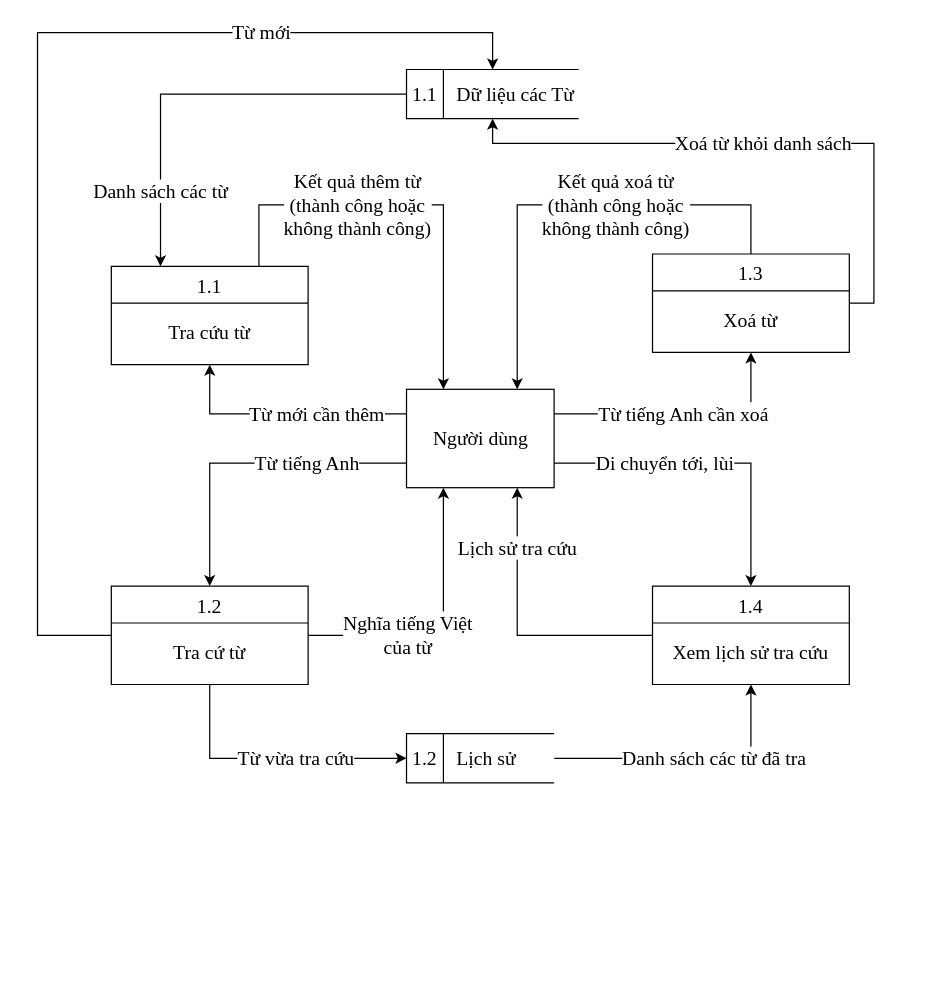
Above: page "level 1" (3 of 3) of docs/diagram/dfd.drawio in daomtthuan/dictionary (draw.io), before the change. Source tidied: cells renumbered, new cells numbered last; positions are measured from the earlier drawing's top-left corner, leaving out a move shared by most shapes. Both pictures are drawn from the tidied source at 123%, with x=0, y=0 at pixel (37, 32).
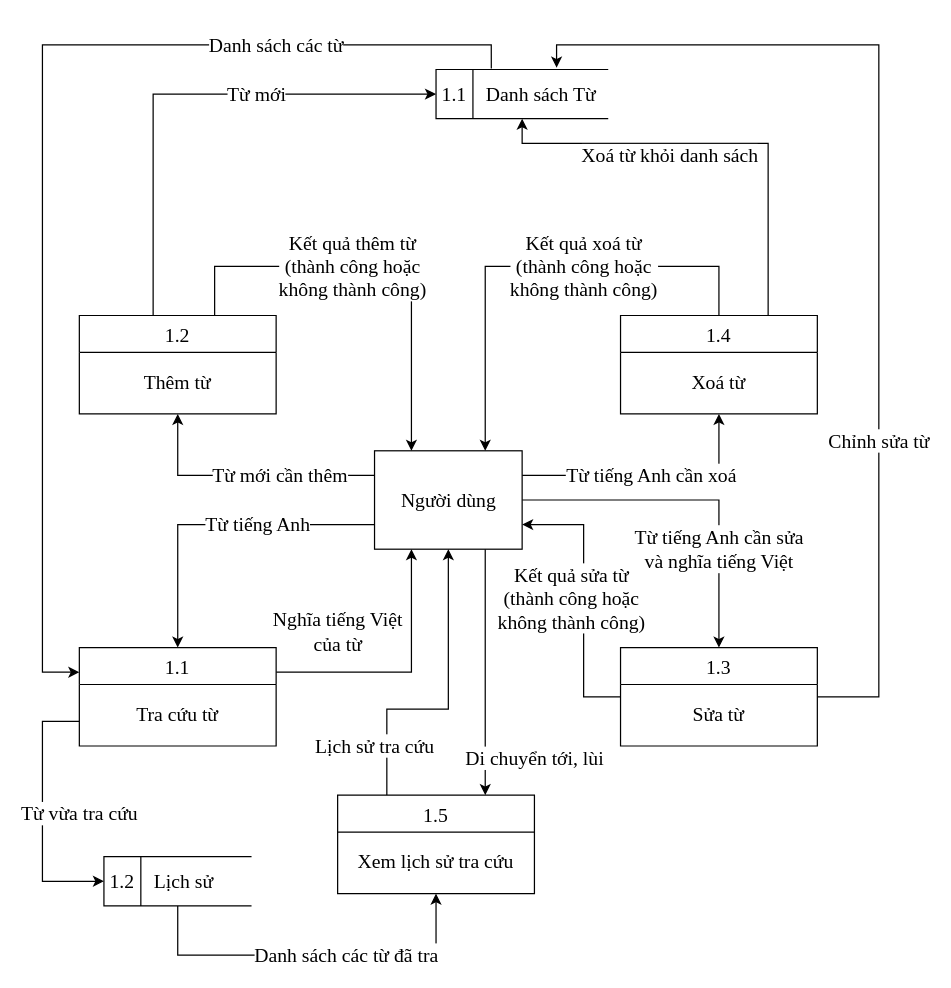
After the change.

Change to the diagram source:
```diff
@@
+    <mxCell id="4" value="Từ tiếng Anh" style="edgeStyle=orthogonalEdgeStyle;rounded=0;jettySize=auto;html=1;entryX=0.5;entryY=0;entryDx=0;entryDy=0;fontFamily=Times New Roman;fontSize=16;exitX=0;exitY=0.75;exitDx=0;exitDy=0;" parent="1" edge="1" source="6" target="21">
+      <mxGeometry x="-0.27" relative="1" as="geometry" />
+    </mxCell>
+    <mxCell id="3" value="Từ tiếng Anh cần xoá" style="edgeStyle=orthogonalEdgeStyle;rounded=0;jettySize=auto;html=1;entryX=0.5;entryY=1;entryDx=0;entryDy=0;fontFamily=Times New Roman;fontSize=16;exitX=1;exitY=0.25;exitDx=0;exitDy=0;" parent="1" edge="1" source="6" target="26">
+      <mxGeometry relative="1" as="geometry" />
+    </mxCell>
-    <mxCell id="2" value="Từ mới cần thêm" style="edgeStyle=orthogonalEdgeStyle;rounded=0;jettySize=auto;html=1;entryX=0.5;entryY=1;entryDx=0;entryDy=0;fontFamily=Times New Roman;fontSize=16;exitX=0;exitY=0.25;exitDx=0;exitDy=0;" parent="1" edge="1" source="6" target="21">
+    <mxCell id="2" value="Từ mới cần thêm" style="edgeStyle=orthogonalEdgeStyle;rounded=0;jettySize=auto;html=1;fontFamily=Times New Roman;fontSize=16;exitX=0;exitY=0.25;exitDx=0;exitDy=0;entryX=0.5;entryY=1;entryDx=0;entryDy=0;" parent="1" edge="1" source="6" target="29">
       <mxGeometry x="-0.27" relative="1" as="geometry" />
     </mxCell>
-    <mxCell id="3" value="Từ tiếng Anh cần xoá" style="edgeStyle=orthogonalEdgeStyle;rounded=0;jettySize=auto;html=1;entryX=0.5;entryY=1;entryDx=0;entryDy=0;fontFamily=Times New Roman;fontSize=16;exitX=1;exitY=0.25;exitDx=0;exitDy=0;" parent="1" edge="1" source="6" target="20">
-      <mxGeometry relative="1" as="geometry" />
-    </mxCell>
-    <mxCell id="4" value="Từ tiếng Anh" style="edgeStyle=orthogonalEdgeStyle;rounded=0;jettySize=auto;html=1;fontFamily=Times New Roman;fontSize=16;exitX=0;exitY=0.75;exitDx=0;exitDy=0;" parent="1" edge="1" source="6" target="18">
-      <mxGeometry x="-0.38" relative="1" as="geometry" />
-    </mxCell>
-    <mxCell id="5" value="Di chuyển tới, lùi" style="edgeStyle=orthogonalEdgeStyle;rounded=0;jettySize=auto;html=1;exitX=1;exitY=0.75;exitDx=0;exitDy=0;fontFamily=Times New Roman;fontSize=16;" parent="1" edge="1" source="6" target="19">
-      <mxGeometry x="-0.31" relative="1" as="geometry" />
+    <mxCell id="5" value="Di chuyển tới, lùi" style="edgeStyle=orthogonalEdgeStyle;rounded=0;jettySize=auto;html=1;exitX=0.75;exitY=1;exitDx=0;exitDy=0;fontFamily=Times New Roman;fontSize=16;entryX=0.75;entryY=0;entryDx=0;entryDy=0;" parent="1" edge="1" source="6" target="28">
+      <mxGeometry x="0.7" y="40" relative="1" as="geometry" />
     </mxCell>
+    <mxCell id="22" value="&lt;span style=&quot;font-family: &amp;#34;times new roman&amp;#34; ; font-size: 16px&quot;&gt;Từ tiếng Anh cần sửa&lt;/span&gt;&lt;br style=&quot;font-family: &amp;#34;times new roman&amp;#34; ; font-size: 16px&quot;&gt;&lt;span style=&quot;font-family: &amp;#34;times new roman&amp;#34; ; font-size: 16px&quot;&gt;và nghĩa tiếng Việt&lt;/span&gt;" style="edgeStyle=orthogonalEdgeStyle;rounded=0;jettySize=auto;html=1;entryX=0.5;entryY=0;entryDx=0;entryDy=0;" parent="1" edge="1" source="6" target="27">
+      <mxGeometry x="0.14" y="-40" relative="1" as="geometry">
+        <mxPoint x="40" y="40" as="offset" />
+      </mxGeometry>
+    </mxCell>
     <mxCell id="6" value="Người dùng" style="html=1;dashed=0;whitespace=wrap;fontFamily=Times New Roman;fontSize=16;" parent="1" vertex="1">
-      <mxGeometry x="300" y="290" width="120" height="80" as="geometry" />
+      <mxGeometry x="274" y="340" width="120" height="80" as="geometry" />
     </mxCell>
+    <mxCell id="8" value="Nghĩa tiếng Việt&lt;br&gt;của từ" style="edgeStyle=orthogonalEdgeStyle;rounded=0;jettySize=auto;html=1;entryX=0.25;entryY=1;entryDx=0;entryDy=0;fontFamily=Times New Roman;fontSize=16;exitX=1;exitY=0.25;exitDx=0;exitDy=0;" parent="1" edge="1" source="21" target="6">
+      <mxGeometry x="0.36" y="60" relative="1" as="geometry">
+        <Array as="points">
+          <mxPoint x="304" y="520" />
+        </Array>
+      </mxGeometry>
+    </mxCell>
-    <mxCell id="7" value="Kết quả thêm từ&lt;br&gt;(thành công hoặc&lt;br&gt;không thành công)" style="edgeStyle=orthogonalEdgeStyle;rounded=0;jettySize=auto;html=1;entryX=0.25;entryY=0;entryDx=0;entryDy=0;fontFamily=Times New Roman;fontSize=16;exitX=0.75;exitY=0;exitDx=0;exitDy=0;" parent="1" edge="1" source="21" target="6">
-      <mxGeometry x="-0.26" relative="1" as="geometry">
+    <mxCell id="7" value="Kết quả thêm từ&lt;br&gt;(thành công hoặc&lt;br&gt;không thành công)" style="edgeStyle=orthogonalEdgeStyle;rounded=0;jettySize=auto;html=1;fontFamily=Times New Roman;fontSize=16;exitX=0.75;exitY=0;exitDx=0;exitDy=0;entryX=0.25;entryY=0;entryDx=0;entryDy=0;" parent="1" edge="1" source="29" target="6">
+      <mxGeometry x="-0.1" relative="1" as="geometry">
         <Array as="points">
-          <mxPoint x="180" y="140" />
-          <mxPoint x="330" y="140" />
+          <mxPoint x="144" y="190" />
+          <mxPoint x="304" y="190" />
         </Array>
       </mxGeometry>
     </mxCell>
-    <mxCell id="8" value="&lt;span&gt;Nghĩa tiếng Việt&lt;/span&gt;&lt;br&gt;&lt;span&gt;của từ&lt;/span&gt;" style="edgeStyle=orthogonalEdgeStyle;rounded=0;jettySize=auto;html=1;entryX=0.25;entryY=1;entryDx=0;entryDy=0;fontFamily=Times New Roman;fontSize=16;" parent="1" edge="1" source="18" target="6">
-      <mxGeometry x="-0.3" relative="1" as="geometry" />
-    </mxCell>
-    <mxCell id="9" value="Kết quả xoá từ&lt;br&gt;(thành công hoặc&lt;br&gt;không thành công)" style="edgeStyle=orthogonalEdgeStyle;rounded=0;jettySize=auto;html=1;entryX=0.75;entryY=0;entryDx=0;entryDy=0;fontFamily=Times New Roman;fontSize=16;exitX=0.5;exitY=0;exitDx=0;exitDy=0;" parent="1" edge="1" source="20" target="6">
+    <mxCell id="9" value="Kết quả xoá từ&lt;br&gt;(thành công hoặc&lt;br&gt;không thành công)" style="edgeStyle=orthogonalEdgeStyle;rounded=0;jettySize=auto;html=1;entryX=0.75;entryY=0;entryDx=0;entryDy=0;fontFamily=Times New Roman;fontSize=16;exitX=0.5;exitY=0;exitDx=0;exitDy=0;" parent="1" edge="1" source="26" target="6">
       <mxGeometry x="-0.21" relative="1" as="geometry">
         <Array as="points">
-          <mxPoint x="580" y="140" />
-          <mxPoint x="390" y="140" />
+          <mxPoint x="554" y="190" />
+          <mxPoint x="364" y="190" />
         </Array>
       </mxGeometry>
     </mxCell>
-    <mxCell id="10" value="Lịch sử tra cứu" style="edgeStyle=orthogonalEdgeStyle;rounded=0;jettySize=auto;html=1;entryX=0.75;entryY=1;entryDx=0;entryDy=0;fontFamily=Times New Roman;fontSize=16;" parent="1" edge="1" source="19" target="6">
-      <mxGeometry x="0.57" relative="1" as="geometry" />
+    <mxCell id="10" value="Lịch sử tra cứu" style="edgeStyle=orthogonalEdgeStyle;rounded=0;jettySize=auto;html=1;fontFamily=Times New Roman;fontSize=16;entryX=0.5;entryY=1;entryDx=0;entryDy=0;exitX=0.25;exitY=0;exitDx=0;exitDy=0;" parent="1" edge="1" source="28" target="6">
+      <mxGeometry x="-0.68" y="10" relative="1" as="geometry">
+        <Array as="points">
+          <mxPoint x="284" y="550" />
+          <mxPoint x="334" y="550" />
+        </Array>
+      </mxGeometry>
     </mxCell>
-    <mxCell id="11" value="Danh sách các từ" style="edgeStyle=orthogonalEdgeStyle;rounded=0;jettySize=auto;html=1;entryX=0.25;entryY=0;entryDx=0;entryDy=0;fontFamily=Times New Roman;fontSize=16;" parent="1" edge="1" source="12" target="21">
-      <mxGeometry x="0.64" relative="1" as="geometry" />
-    </mxCell>
-    <mxCell id="12" value="1.1&amp;nbsp; &amp;nbsp; Dữ liệu các Từ" style="html=1;dashed=0;whitespace=wrap;shape=mxgraph.dfd.dataStoreID;align=left;spacingLeft=3;points=[[0,0],[0.5,0],[1,0],[0,0.5],[1,0.5],[0,1],[0.5,1],[1,1]];fontFamily=Times New Roman;fontSize=16;" parent="1" vertex="1">
-      <mxGeometry x="300" y="30" width="140" height="40" as="geometry" />
-    </mxCell>
-    <mxCell id="13" value="Từ mới" style="edgeStyle=orthogonalEdgeStyle;rounded=0;jettySize=auto;html=1;entryX=0.5;entryY=0;entryDx=0;entryDy=0;fontFamily=Times New Roman;fontSize=16;exitX=0;exitY=0.5;exitDx=0;exitDy=0;" parent="1" edge="1" source="18" target="12">
-      <mxGeometry x="0.54" relative="1" as="geometry">
-        <Array as="points">
-          <mxPoint y="490" />
-          <mxPoint />
-          <mxPoint x="370" />
-        </Array>
-      </mxGeometry>
-    </mxCell>
+    <mxCell id="23" value="&lt;span style=&quot;font-family: &amp;#34;times new roman&amp;#34; ; font-size: 16px&quot;&gt;Kết quả sửa từ&lt;/span&gt;&lt;br style=&quot;font-family: &amp;#34;times new roman&amp;#34; ; font-size: 16px&quot;&gt;&lt;span style=&quot;font-family: &amp;#34;times new roman&amp;#34; ; font-size: 16px&quot;&gt;(thành công hoặc&lt;/span&gt;&lt;br style=&quot;font-family: &amp;#34;times new roman&amp;#34; ; font-size: 16px&quot;&gt;&lt;span style=&quot;font-family: &amp;#34;times new roman&amp;#34; ; font-size: 16px&quot;&gt;không thành công)&lt;/span&gt;" style="edgeStyle=orthogonalEdgeStyle;rounded=0;jettySize=auto;html=1;entryX=1;entryY=0.75;entryDx=0;entryDy=0;" parent="1" edge="1" source="27" target="6">
+      <mxGeometry y="10" relative="1" as="geometry">
+        <Array as="points">
+          <mxPoint x="444" y="540" />
+          <mxPoint x="444" y="400" />
+        </Array>
+      </mxGeometry>
+    </mxCell>
+    <mxCell id="24" value="&lt;span style=&quot;font-family: &amp;#34;times new roman&amp;#34; ; font-size: 16px&quot;&gt;Chỉnh sửa từ&lt;/span&gt;" style="edgeStyle=orthogonalEdgeStyle;rounded=0;jettySize=auto;html=1;entryX=0.7;entryY=-0.037;entryDx=0;entryDy=0;entryPerimeter=0;" parent="1" edge="1" source="27" target="25">
+      <mxGeometry x="-0.4" relative="1" as="geometry">
+        <Array as="points">
+          <mxPoint x="684" y="540" />
+          <mxPoint x="684" y="10" />
+          <mxPoint x="422" y="10" />
+        </Array>
+      </mxGeometry>
+    </mxCell>
-    <mxCell id="14" value="Từ vừa tra cứu" style="edgeStyle=orthogonalEdgeStyle;rounded=0;jettySize=auto;html=1;entryX=0;entryY=0.5;entryDx=0;entryDy=0;fontFamily=Times New Roman;fontSize=16;exitX=0.5;exitY=1;exitDx=0;exitDy=0;" parent="1" edge="1" source="18" target="17">
-      <mxGeometry x="0.18" relative="1" as="geometry" />
+    <mxCell id="14" value="Từ vừa tra cứu" style="edgeStyle=orthogonalEdgeStyle;rounded=0;jettySize=auto;html=1;entryX=0;entryY=0.5;entryDx=0;entryDy=0;fontFamily=Times New Roman;fontSize=16;exitX=0;exitY=0.75;exitDx=0;exitDy=0;" parent="1" edge="1" source="21" target="17">
+      <mxGeometry y="30" relative="1" as="geometry">
+        <Array as="points">
+          <mxPoint x="4" y="560" />
+          <mxPoint x="4" y="690" />
+        </Array>
+      </mxGeometry>
     </mxCell>
-    <mxCell id="15" value="Xoá từ khỏi danh sách" style="edgeStyle=orthogonalEdgeStyle;rounded=0;jettySize=auto;html=1;entryX=0.5;entryY=1;entryDx=0;entryDy=0;fontFamily=Times New Roman;fontSize=16;exitX=1;exitY=0.5;exitDx=0;exitDy=0;" parent="1" edge="1" source="20" target="12">
-      <mxGeometry relative="1" as="geometry">
-        <Array as="points">
-          <mxPoint x="680" y="220" />
-          <mxPoint x="680" y="90" />
-          <mxPoint x="370" y="90" />
-        </Array>
-      </mxGeometry>
-    </mxCell>
-    <mxCell id="16" value="Danh sách các từ đã tra" style="edgeStyle=orthogonalEdgeStyle;rounded=0;jettySize=auto;html=1;entryX=0.5;entryY=1;entryDx=0;entryDy=0;fontFamily=Times New Roman;fontSize=16;" parent="1" edge="1" source="17" target="19">
-      <mxGeometry x="0.18" relative="1" as="geometry" />
+    <mxCell id="16" value="Danh sách các từ đã tra" style="edgeStyle=orthogonalEdgeStyle;rounded=0;jettySize=auto;html=1;entryX=0.5;entryY=1;entryDx=0;entryDy=0;fontFamily=Times New Roman;fontSize=16;exitX=0.5;exitY=1;exitDx=0;exitDy=0;" parent="1" edge="1" source="17" target="28">
+      <mxGeometry x="0.18" relative="1" as="geometry">
+        <Array as="points">
+          <mxPoint x="114" y="750" />
+          <mxPoint x="324" y="750" />
+        </Array>
+      </mxGeometry>
     </mxCell>
     <mxCell id="17" value="1.2&amp;nbsp; &amp;nbsp; Lịch sử" style="html=1;dashed=0;whitespace=wrap;shape=mxgraph.dfd.dataStoreID;align=left;spacingLeft=3;points=[[0,0],[0.5,0],[1,0],[0,0.5],[1,0.5],[0,1],[0.5,1],[1,1]];fontFamily=Times New Roman;fontSize=16;" parent="1" vertex="1">
-      <mxGeometry x="300" y="570" width="120" height="40" as="geometry" />
+      <mxGeometry x="54" y="670" width="120" height="40" as="geometry" />
     </mxCell>
-    <mxCell id="18" value="1.2&#10;&#10;Tra cứ từ" style="swimlane;fontStyle=0;horizontal=1;startSize=30;fillColor=#ffffff;swimlaneFillColor=#ffffff;fontFamily=Times New Roman;fontSize=16;verticalAlign=top;" parent="1" vertex="1">
-      <mxGeometry x="60" y="450" width="160" height="80" as="geometry" />
-    </mxCell>
-    <mxCell id="19" value="1.4&#10;&#10;Xem lịch sử tra cứu" style="swimlane;fontStyle=0;horizontal=1;startSize=30;fillColor=#ffffff;swimlaneFillColor=#ffffff;fontFamily=Times New Roman;fontSize=16;verticalAlign=top;" parent="1" vertex="1">
-      <mxGeometry x="500" y="450" width="160" height="80" as="geometry" />
-    </mxCell>
-    <mxCell id="20" value="1.3&#10;&#10;Xoá từ" style="swimlane;fontStyle=0;horizontal=1;startSize=30;fillColor=#ffffff;swimlaneFillColor=#ffffff;fontFamily=Times New Roman;fontSize=16;verticalAlign=top;" parent="1" vertex="1">
-      <mxGeometry x="500" y="180" width="160" height="80" as="geometry" />
-    </mxCell>
+    <mxCell id="25" value="1.1&amp;nbsp; &amp;nbsp; Danh sách Từ" style="html=1;dashed=0;whitespace=wrap;shape=mxgraph.dfd.dataStoreID;align=left;spacingLeft=3;points=[[0,0],[0.5,0],[1,0],[0,0.5],[1,0.5],[0,1],[0.5,1],[1,1]];fontFamily=Times New Roman;fontSize=16;" parent="1" vertex="1">
+      <mxGeometry x="324" y="30" width="140" height="40" as="geometry" />
+    </mxCell>
+    <mxCell id="15" value="Xoá từ khỏi danh sách" style="edgeStyle=orthogonalEdgeStyle;rounded=0;jettySize=auto;html=1;entryX=0.5;entryY=1;entryDx=0;entryDy=0;fontFamily=Times New Roman;fontSize=16;exitX=0.75;exitY=0;exitDx=0;exitDy=0;" parent="1" edge="1" source="26" target="25">
+      <mxGeometry x="0.22" y="10" relative="1" as="geometry">
+        <Array as="points">
+          <mxPoint x="594" y="90" />
+          <mxPoint x="394" y="90" />
+        </Array>
+      </mxGeometry>
+    </mxCell>
+    <mxCell id="13" value="Từ mới" style="edgeStyle=orthogonalEdgeStyle;rounded=0;jettySize=auto;html=1;entryX=0;entryY=0.5;entryDx=0;entryDy=0;fontFamily=Times New Roman;fontSize=16;exitX=0.25;exitY=0;exitDx=0;exitDy=0;" parent="1" edge="1" source="29" target="25">
+      <mxGeometry x="0.32" relative="1" as="geometry">
+        <Array as="points">
+          <mxPoint x="94" y="50" />
+        </Array>
+      </mxGeometry>
+    </mxCell>
+    <mxCell id="11" value="Danh sách các từ" style="edgeStyle=orthogonalEdgeStyle;rounded=0;jettySize=auto;html=1;entryX=0;entryY=0.25;entryDx=0;entryDy=0;fontFamily=Times New Roman;fontSize=16;exitX=0.321;exitY=-0.021;exitDx=0;exitDy=0;exitPerimeter=0;" parent="1" edge="1" source="25" target="21">
+      <mxGeometry x="-0.58" relative="1" as="geometry">
+        <Array as="points">
+          <mxPoint x="369" y="10" />
+          <mxPoint x="4" y="10" />
+          <mxPoint x="4" y="520" />
+        </Array>
+      </mxGeometry>
+    </mxCell>
+    <mxCell id="26" value="1.4&#10;&#10;Xoá từ" style="swimlane;fontStyle=0;horizontal=1;startSize=30;fillColor=#ffffff;swimlaneFillColor=#ffffff;fontFamily=Times New Roman;fontSize=16;verticalAlign=top;" parent="1" vertex="1">
+      <mxGeometry x="474" y="230" width="160" height="80" as="geometry" />
+    </mxCell>
+    <mxCell id="27" value="1.3&#10;&#10;Sửa từ" style="swimlane;fontStyle=0;horizontal=1;startSize=30;fillColor=#ffffff;swimlaneFillColor=#ffffff;fontFamily=Times New Roman;fontSize=16;verticalAlign=top;" parent="1" vertex="1">
+      <mxGeometry x="474" y="500" width="160" height="80" as="geometry" />
+    </mxCell>
+    <mxCell id="28" value="1.5&#10;&#10;Xem lịch sử tra cứu" style="swimlane;fontStyle=0;horizontal=1;startSize=30;fillColor=#ffffff;swimlaneFillColor=#ffffff;fontFamily=Times New Roman;fontSize=16;verticalAlign=top;" parent="1" vertex="1">
+      <mxGeometry x="244" y="620" width="160" height="80" as="geometry" />
+    </mxCell>
     <mxCell id="21" value="1.1&#10;&#10;Tra cứu từ" style="swimlane;fontStyle=0;horizontal=1;startSize=30;fillColor=#ffffff;swimlaneFillColor=#ffffff;fontFamily=Times New Roman;fontSize=16;verticalAlign=top;" parent="1" vertex="1">
-      <mxGeometry x="60" y="190" width="160" height="80" as="geometry" />
+      <mxGeometry x="34" y="500" width="160" height="80" as="geometry" />
     </mxCell>
+    <mxCell id="29" value="1.2&#10;&#10;Thêm từ" style="swimlane;fontStyle=0;horizontal=1;startSize=30;fillColor=#ffffff;swimlaneFillColor=#ffffff;fontFamily=Times New Roman;fontSize=16;verticalAlign=top;" parent="1" vertex="1">
+      <mxGeometry x="34" y="230" width="160" height="80" as="geometry" />
+    </mxCell>
```
